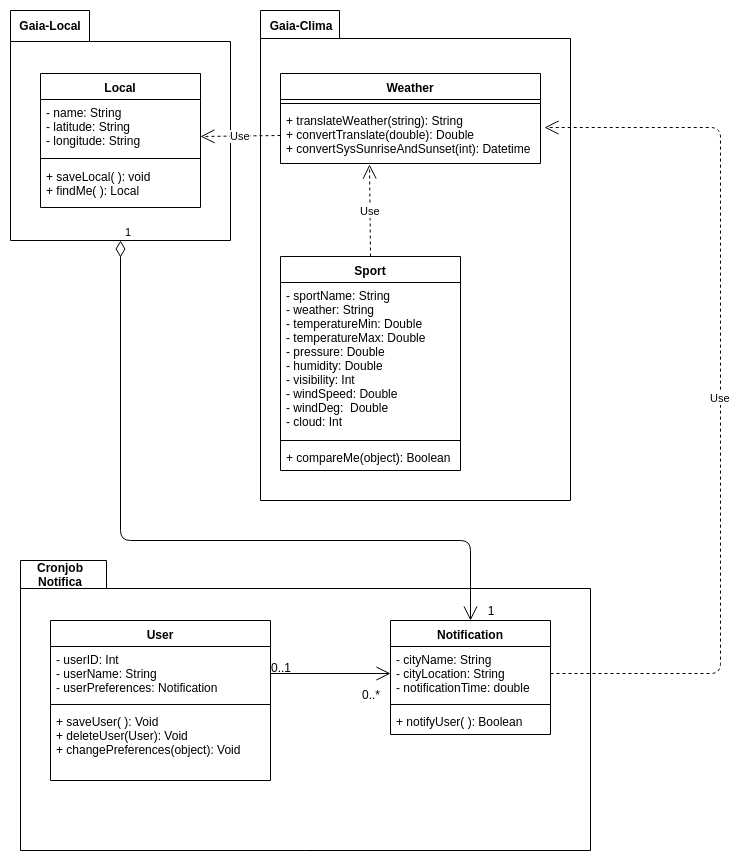
Above: docs/assets/imgs/architecture/diagramaDeClasse.png in fga-eps-mds/2019.1-Gaia (draw.io), before the change. Source tidied: cells renumbered, new cells last; positions are measured from the earlier drawing's top-left corner, leaving out a move shared by most shapes. Source of this version:
```xml
<mxGraphModel>
  <root>
    <mxCell id="0" />
    <mxCell id="1" parent="0" />
    <mxCell id="2" style="shape=folder;fontStyle=1;spacingTop=10;tabWidth=79;tabHeight=31;tabPosition=left;html=1;" parent="1" vertex="1">
      <mxGeometry width="220" height="230" as="geometry" />
    </mxCell>
    <mxCell id="3" value="Local" style="swimlane;fontStyle=1;align=center;verticalAlign=top;horizontal=1;startSize=26;" parent="1" vertex="1">
      <mxGeometry x="30" y="63" width="160" height="134" as="geometry" />
    </mxCell>
    <mxCell id="4" value="- name: String&#10;- latitude: String&#10;- longitude: String&#10;" style="text;strokeColor=none;fillColor=none;align=left;verticalAlign=top;spacingLeft=4;spacingRight=4;overflow=hidden;points=[[0,0.5],[1,0.5]];portConstraint=eastwest;" parent="3" vertex="1">
      <mxGeometry y="26" width="160" height="54" as="geometry" />
    </mxCell>
    <mxCell id="5" style="line;strokeWidth=1;fillColor=none;align=left;verticalAlign=middle;spacingTop=-1;spacingLeft=3;spacingRight=3;labelPosition=right;" parent="3" vertex="1">
      <mxGeometry y="80" width="160" height="10" as="geometry" />
    </mxCell>
    <mxCell id="6" value="+ saveLocal( ): void&#10;+ findMe( ): Local " style="text;strokeColor=none;fillColor=none;align=left;verticalAlign=top;spacingLeft=4;spacingRight=4;overflow=hidden;" parent="3" vertex="1">
      <mxGeometry y="90" width="160" height="44" as="geometry" />
    </mxCell>
    <mxCell id="7" value="&lt;b&gt;Gaia-Local&lt;/b&gt;" style="text;html=1;strokeColor=none;fillColor=none;align=center;verticalAlign=middle;whiteSpace=wrap;rounded=0;" parent="1" vertex="1">
      <mxGeometry width="80" height="30" as="geometry" />
    </mxCell>
    <mxCell id="8" style="shape=folder;fontStyle=1;spacingTop=10;tabWidth=79;tabHeight=28;tabPosition=left;html=1;" parent="1" vertex="1">
      <mxGeometry x="250" width="310" height="490" as="geometry" />
    </mxCell>
    <mxCell id="9" value="Weather" style="swimlane;fontStyle=1;align=center;verticalAlign=top;horizontal=1;startSize=26;" parent="1" vertex="1">
      <mxGeometry x="270" y="63" width="260" height="90" as="geometry" />
    </mxCell>
    <mxCell id="10" style="line;strokeWidth=1;fillColor=none;align=left;verticalAlign=middle;spacingTop=-1;spacingLeft=3;spacingRight=3;labelPosition=right;" parent="9" vertex="1">
      <mxGeometry y="26" width="260" height="8" as="geometry" />
    </mxCell>
    <mxCell id="11" value="+ translateWeather(string): String&#10;+ convertTranslate(double): Double&#10;+ convertSysSunriseAndSunset(int): Datetime&#10;" style="text;strokeColor=none;fillColor=none;align=left;verticalAlign=top;spacingLeft=4;spacingRight=4;overflow=hidden;points=[[0,0.5],[1,0.5]];portConstraint=eastwest;" parent="9" vertex="1">
      <mxGeometry y="34" width="260" height="56" as="geometry" />
    </mxCell>
    <mxCell id="12" value="Sport" style="swimlane;fontStyle=1;align=center;verticalAlign=top;horizontal=1;startSize=26;" parent="1" vertex="1">
      <mxGeometry x="270" y="246" width="180" height="214" as="geometry" />
    </mxCell>
    <mxCell id="13" value="- sportName: String&#10;- weather: String&#10;- temperatureMin: Double&#10;- temperatureMax: Double&#10;- pressure: Double&#10;- humidity: Double&#10;- visibility: Int&#10;- windSpeed: Double&#10;- windDeg:  Double&#10;- cloud: Int&#10;" style="text;strokeColor=none;fillColor=none;align=left;verticalAlign=top;spacingLeft=4;spacingRight=4;overflow=hidden;" parent="12" vertex="1">
      <mxGeometry y="26" width="180" height="154" as="geometry" />
    </mxCell>
    <mxCell id="14" style="line;strokeWidth=1;fillColor=none;align=left;verticalAlign=middle;spacingTop=-1;spacingLeft=3;spacingRight=3;labelPosition=right;" parent="12" vertex="1">
      <mxGeometry y="180" width="180" height="8" as="geometry" />
    </mxCell>
    <mxCell id="15" value="+ compareMe(object): Boolean" style="text;strokeColor=none;fillColor=none;align=left;verticalAlign=top;spacingLeft=4;spacingRight=4;overflow=hidden;" parent="12" vertex="1">
      <mxGeometry y="188" width="180" height="26" as="geometry" />
    </mxCell>
    <mxCell id="16" value="&lt;b&gt;Gaia-Clima&lt;/b&gt;" style="text;html=1;strokeColor=none;fillColor=none;align=center;verticalAlign=middle;whiteSpace=wrap;rounded=0;" parent="1" vertex="1">
      <mxGeometry x="250" width="80" height="30" as="geometry" />
    </mxCell>
    <mxCell id="17" style="shape=folder;fontStyle=1;spacingTop=10;tabWidth=86;tabHeight=28;tabPosition=left;html=1;" parent="1" vertex="1">
      <mxGeometry x="10" y="550" width="570" height="290" as="geometry" />
    </mxCell>
    <mxCell id="18" value="&lt;b&gt;Cronjob Notifica&lt;/b&gt;" style="text;html=1;strokeColor=none;fillColor=none;align=center;verticalAlign=middle;whiteSpace=wrap;rounded=0;" parent="1" vertex="1">
      <mxGeometry x="10" y="556" width="80" height="16" as="geometry" />
    </mxCell>
    <mxCell id="19" value="User" style="swimlane;fontStyle=1;align=center;verticalAlign=top;horizontal=1;startSize=26;" parent="1" vertex="1">
      <mxGeometry x="40" y="610" width="220" height="160" as="geometry" />
    </mxCell>
    <mxCell id="20" value="- userID: Int&#10;- userName: String&#10;- userPreferences: Notification&#10;" style="text;strokeColor=none;fillColor=none;align=left;verticalAlign=top;spacingLeft=4;spacingRight=4;overflow=hidden;points=[[0,0.5],[1,0.5]];portConstraint=eastwest;" parent="19" vertex="1">
      <mxGeometry y="26" width="220" height="54" as="geometry" />
    </mxCell>
    <mxCell id="21" style="line;strokeWidth=1;fillColor=none;align=left;verticalAlign=middle;spacingTop=-1;spacingLeft=3;spacingRight=3;labelPosition=right;" parent="19" vertex="1">
      <mxGeometry y="80" width="220" height="8" as="geometry" />
    </mxCell>
    <mxCell id="22" value="+ saveUser( ): Void&#10;+ deleteUser(User): Void&#10;+ changePreferences(object): Void&#10;" style="text;strokeColor=none;fillColor=none;align=left;verticalAlign=top;spacingLeft=4;spacingRight=4;overflow=hidden;" parent="19" vertex="1">
      <mxGeometry y="88" width="220" height="72" as="geometry" />
    </mxCell>
    <mxCell id="23" value="Notification" style="swimlane;fontStyle=1;align=center;verticalAlign=top;horizontal=1;startSize=26;" parent="1" vertex="1">
      <mxGeometry x="380" y="610" width="160" height="114" as="geometry" />
    </mxCell>
    <mxCell id="24" value="- cityName: String&#10;- cityLocation: String&#10;- notificationTime: double&#10;" style="text;strokeColor=none;fillColor=none;align=left;verticalAlign=top;spacingLeft=4;spacingRight=4;overflow=hidden;points=[[0,0.5],[1,0.5]];portConstraint=eastwest;" parent="23" vertex="1">
      <mxGeometry y="26" width="160" height="54" as="geometry" />
    </mxCell>
    <mxCell id="25" style="line;strokeWidth=1;fillColor=none;align=left;verticalAlign=middle;spacingTop=-1;spacingLeft=3;spacingRight=3;labelPosition=right;" parent="23" vertex="1">
      <mxGeometry y="80" width="160" height="8" as="geometry" />
    </mxCell>
    <mxCell id="26" value="+ notifyUser( ): Boolean" style="text;strokeColor=none;fillColor=none;align=left;verticalAlign=top;spacingLeft=4;spacingRight=4;overflow=hidden;" parent="23" vertex="1">
      <mxGeometry y="88" width="160" height="26" as="geometry" />
    </mxCell>
    <mxCell id="27" style="endArrow=open;endFill=1;endSize=12;html=1;exitX=1;exitY=0.5;exitDx=0;exitDy=0;entryX=0;entryY=0.5;entryDx=0;entryDy=0;" parent="1" edge="1" source="20" target="24">
      <mxGeometry relative="1" as="geometry" />
    </mxCell>
    <mxCell id="28" value="0..1" style="text;html=1;strokeColor=none;fillColor=none;align=center;verticalAlign=middle;whiteSpace=wrap;rounded=0;" parent="1" vertex="1">
      <mxGeometry x="250" y="647" width="40" height="20" as="geometry" />
    </mxCell>
    <mxCell id="29" value="0..*" style="text;html=1;strokeColor=none;fillColor=none;align=center;verticalAlign=middle;whiteSpace=wrap;rounded=0;" parent="1" vertex="1">
      <mxGeometry x="340" y="674" width="40" height="20" as="geometry" />
    </mxCell>
    <mxCell id="30" value="1" style="endArrow=open;html=1;endSize=12;startArrow=diamondThin;startSize=14;startFill=0;edgeStyle=orthogonalEdgeStyle;align=left;verticalAlign=bottom;exitX=0.5;exitY=1;exitDx=0;exitDy=0;exitPerimeter=0;" parent="1" edge="1" source="2" target="23">
      <mxGeometry x="-1" y="3" relative="1" as="geometry">
        <Array as="points">
          <mxPoint x="110" y="530" />
          <mxPoint x="460" y="530" />
        </Array>
      </mxGeometry>
    </mxCell>
    <mxCell id="31" value="1" style="text;html=1;strokeColor=none;fillColor=none;align=center;verticalAlign=middle;whiteSpace=wrap;rounded=0;" parent="1" vertex="1">
      <mxGeometry x="460" y="590" width="40" height="20" as="geometry" />
    </mxCell>
    <mxCell id="32" value="Use" style="endArrow=open;endSize=12;dashed=1;html=1;entryX=1.015;entryY=0.357;entryDx=0;entryDy=0;entryPerimeter=0;exitX=1;exitY=0.5;exitDx=0;exitDy=0;" parent="1" edge="1" source="24" target="11">
      <mxGeometry relative="1" as="geometry">
        <Array as="points">
          <mxPoint x="710" y="663" />
          <mxPoint x="710" y="117" />
        </Array>
      </mxGeometry>
    </mxCell>
    <mxCell id="33" value="Use" style="endArrow=open;endSize=12;dashed=1;html=1;exitX=0;exitY=0.5;exitDx=0;exitDy=0;entryX=1;entryY=0.685;entryDx=0;entryDy=0;entryPerimeter=0;" parent="1" edge="1" source="11" target="4">
      <mxGeometry relative="1" as="geometry" />
    </mxCell>
    <mxCell id="34" value="Use" style="endArrow=open;endSize=12;dashed=1;html=1;exitX=0.5;exitY=0;exitDx=0;exitDy=0;entryX=0.342;entryY=1.018;entryDx=0;entryDy=0;entryPerimeter=0;" parent="1" edge="1" source="12" target="11">
      <mxGeometry relative="1" as="geometry" />
    </mxCell>
  </root>
</mxGraphModel>
```
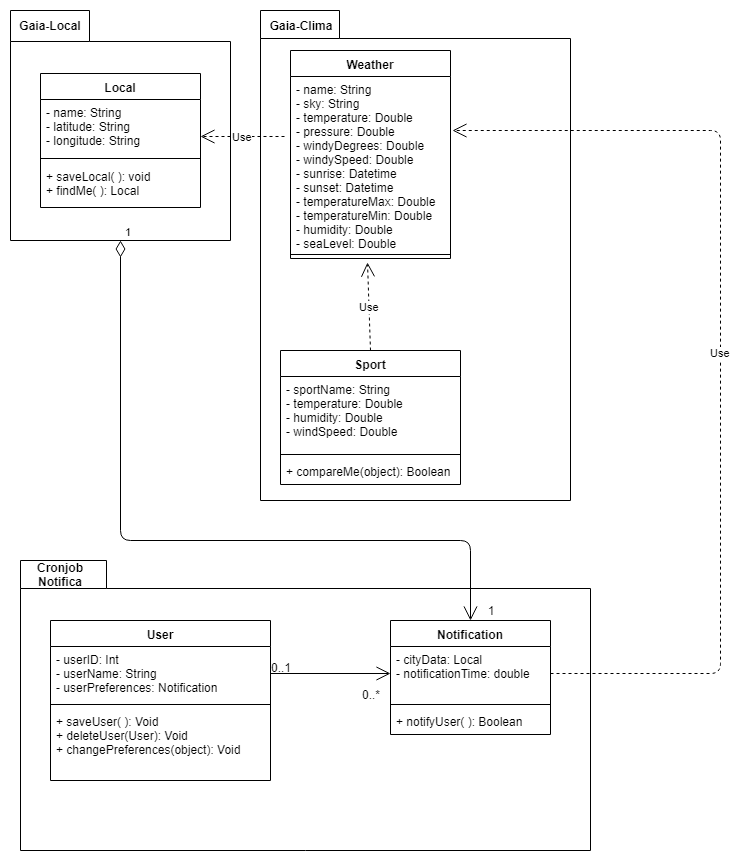
After the change.

Change to the diagram source:
```diff
@@ -23,26 +23,17 @@
     <mxCell id="8" style="shape=folder;fontStyle=1;spacingTop=10;tabWidth=79;tabHeight=28;tabPosition=left;html=1;" parent="1" vertex="1">
       <mxGeometry x="250" width="310" height="490" as="geometry" />
     </mxCell>
-    <mxCell id="9" value="Weather" style="swimlane;fontStyle=1;align=center;verticalAlign=top;horizontal=1;startSize=26;" parent="1" vertex="1">
-      <mxGeometry x="270" y="63" width="260" height="90" as="geometry" />
-    </mxCell>
-    <mxCell id="10" style="line;strokeWidth=1;fillColor=none;align=left;verticalAlign=middle;spacingTop=-1;spacingLeft=3;spacingRight=3;labelPosition=right;" parent="9" vertex="1">
-      <mxGeometry y="26" width="260" height="8" as="geometry" />
-    </mxCell>
-    <mxCell id="11" value="+ translateWeather(string): String&#10;+ convertTranslate(double): Double&#10;+ convertSysSunriseAndSunset(int): Datetime&#10;" style="text;strokeColor=none;fillColor=none;align=left;verticalAlign=top;spacingLeft=4;spacingRight=4;overflow=hidden;points=[[0,0.5],[1,0.5]];portConstraint=eastwest;" parent="9" vertex="1">
-      <mxGeometry y="34" width="260" height="56" as="geometry" />
-    </mxCell>
     <mxCell id="12" value="Sport" style="swimlane;fontStyle=1;align=center;verticalAlign=top;horizontal=1;startSize=26;" parent="1" vertex="1">
-      <mxGeometry x="270" y="246" width="180" height="214" as="geometry" />
+      <mxGeometry x="270" y="340" width="180" height="134" as="geometry" />
     </mxCell>
-    <mxCell id="13" value="- sportName: String&#10;- weather: String&#10;- temperatureMin: Double&#10;- temperatureMax: Double&#10;- pressure: Double&#10;- humidity: Double&#10;- visibility: Int&#10;- windSpeed: Double&#10;- windDeg:  Double&#10;- cloud: Int&#10;" style="text;strokeColor=none;fillColor=none;align=left;verticalAlign=top;spacingLeft=4;spacingRight=4;overflow=hidden;" parent="12" vertex="1">
-      <mxGeometry y="26" width="180" height="154" as="geometry" />
+    <mxCell id="13" value="- sportName: String&#10;- temperature: Double&#10;- humidity: Double&#10;- windSpeed: Double&#10;&#10;" style="text;strokeColor=none;fillColor=none;align=left;verticalAlign=top;spacingLeft=4;spacingRight=4;overflow=hidden;" parent="12" vertex="1">
+      <mxGeometry y="26" width="180" height="74" as="geometry" />
     </mxCell>
     <mxCell id="14" style="line;strokeWidth=1;fillColor=none;align=left;verticalAlign=middle;spacingTop=-1;spacingLeft=3;spacingRight=3;labelPosition=right;" parent="12" vertex="1">
-      <mxGeometry y="180" width="180" height="8" as="geometry" />
+      <mxGeometry y="100" width="180" height="8" as="geometry" />
     </mxCell>
     <mxCell id="15" value="+ compareMe(object): Boolean" style="text;strokeColor=none;fillColor=none;align=left;verticalAlign=top;spacingLeft=4;spacingRight=4;overflow=hidden;" parent="12" vertex="1">
-      <mxGeometry y="188" width="180" height="26" as="geometry" />
+      <mxGeometry y="108" width="180" height="26" as="geometry" />
     </mxCell>
     <mxCell id="16" value="&lt;b&gt;Gaia-Clima&lt;/b&gt;" style="text;html=1;strokeColor=none;fillColor=none;align=center;verticalAlign=middle;whiteSpace=wrap;rounded=0;" parent="1" vertex="1">
       <mxGeometry x="250" width="80" height="30" as="geometry" />
@@ -68,7 +59,7 @@
     <mxCell id="23" value="Notification" style="swimlane;fontStyle=1;align=center;verticalAlign=top;horizontal=1;startSize=26;" parent="1" vertex="1">
       <mxGeometry x="380" y="610" width="160" height="114" as="geometry" />
     </mxCell>
-    <mxCell id="24" value="- cityName: String&#10;- cityLocation: String&#10;- notificationTime: double&#10;" style="text;strokeColor=none;fillColor=none;align=left;verticalAlign=top;spacingLeft=4;spacingRight=4;overflow=hidden;points=[[0,0.5],[1,0.5]];portConstraint=eastwest;" parent="23" vertex="1">
+    <mxCell id="24" value="- cityData: Local&#10;- notificationTime: double&#10;" style="text;strokeColor=none;fillColor=none;align=left;verticalAlign=top;spacingLeft=4;spacingRight=4;overflow=hidden;points=[[0,0.5],[1,0.5]];portConstraint=eastwest;" parent="23" vertex="1">
       <mxGeometry y="26" width="160" height="54" as="geometry" />
     </mxCell>
     <mxCell id="25" style="line;strokeWidth=1;fillColor=none;align=left;verticalAlign=middle;spacingTop=-1;spacingLeft=3;spacingRight=3;labelPosition=right;" parent="23" vertex="1">
@@ -97,19 +88,29 @@
     <mxCell id="31" value="1" style="text;html=1;strokeColor=none;fillColor=none;align=center;verticalAlign=middle;whiteSpace=wrap;rounded=0;" parent="1" vertex="1">
       <mxGeometry x="460" y="590" width="40" height="20" as="geometry" />
     </mxCell>
-    <mxCell id="32" value="Use" style="endArrow=open;endSize=12;dashed=1;html=1;entryX=1.015;entryY=0.357;entryDx=0;entryDy=0;entryPerimeter=0;exitX=1;exitY=0.5;exitDx=0;exitDy=0;" parent="1" edge="1" source="24" target="11">
-      <mxGeometry relative="1" as="geometry">
-        <Array as="points">
-          <mxPoint x="710" y="663" />
-          <mxPoint x="710" y="117" />
-        </Array>
-      </mxGeometry>
-    </mxCell>
-    <mxCell id="33" value="Use" style="endArrow=open;endSize=12;dashed=1;html=1;exitX=0;exitY=0.5;exitDx=0;exitDy=0;entryX=1;entryY=0.685;entryDx=0;entryDy=0;entryPerimeter=0;" parent="1" edge="1" source="11" target="4">
+    <mxCell id="33" value="Use" style="endArrow=open;endSize=12;dashed=1;html=1;exitX=-0.037;exitY=0.345;exitDx=0;exitDy=0;entryX=1;entryY=0.685;entryDx=0;entryDy=0;entryPerimeter=0;exitPerimeter=0;" parent="1" edge="1" source="35" target="4">
       <mxGeometry relative="1" as="geometry" />
     </mxCell>
-    <mxCell id="34" value="Use" style="endArrow=open;endSize=12;dashed=1;html=1;exitX=0.5;exitY=0;exitDx=0;exitDy=0;entryX=0.342;entryY=1.018;entryDx=0;entryDy=0;entryPerimeter=0;" parent="1" edge="1" source="12" target="11">
-      <mxGeometry relative="1" as="geometry" />
-    </mxCell>
+    <mxCell id="9" value="Weather" style="swimlane;fontStyle=1;align=center;verticalAlign=top;horizontal=1;startSize=26;" parent="1" vertex="1">
+      <mxGeometry x="280" y="40" width="160" height="208" as="geometry" />
+    </mxCell>
+    <mxCell id="35" value="- name: String&#10;- sky: String&#10;- temperature: Double&#10;- pressure: Double&#10;- windyDegrees: Double&#10;- windySpeed: Double&#10;- sunrise: Datetime&#10;- sunset: Datetime&#10;- temperatureMax: Double&#10;- temperatureMin: Double&#10;- humidity: Double&#10;- seaLevel: Double&#10;&#10;&#10;" style="text;strokeColor=none;fillColor=none;align=left;verticalAlign=top;spacingLeft=4;spacingRight=4;overflow=hidden;points=[[0,0.5],[1,0.5]];portConstraint=eastwest;" parent="9" vertex="1">
+      <mxGeometry y="26" width="160" height="174" as="geometry" />
+    </mxCell>
+    <mxCell id="36" style="line;strokeWidth=1;fillColor=none;align=left;verticalAlign=middle;spacingTop=-1;spacingLeft=3;spacingRight=3;labelPosition=right;points=[];portConstraint=eastwest;" parent="9" vertex="1">
+      <mxGeometry y="200" width="160" height="8" as="geometry" />
+    </mxCell>
+    <mxCell id="37" value="Use" style="endArrow=open;endSize=12;dashed=1;html=1;exitX=1;exitY=0.5;exitDx=0;exitDy=0;" parent="1" edge="1" source="24">
+      <mxGeometry relative="1" as="geometry">
+        <mxPoint x="442" y="120" as="targetPoint" />
+        <Array as="points">
+          <mxPoint x="710" y="663" />
+          <mxPoint x="710" y="120" />
+        </Array>
+      </mxGeometry>
+    </mxCell>
+    <mxCell id="38" value="Use" style="endArrow=open;endSize=12;dashed=1;html=1;exitX=0.5;exitY=0;exitDx=0;exitDy=0;entryX=0.481;entryY=1.5;entryDx=0;entryDy=0;entryPerimeter=0;" parent="1" edge="1" source="12" target="36">
+      <mxGeometry relative="1" as="geometry" />
+    </mxCell>
   </root>
 </mxGraphModel>
```
